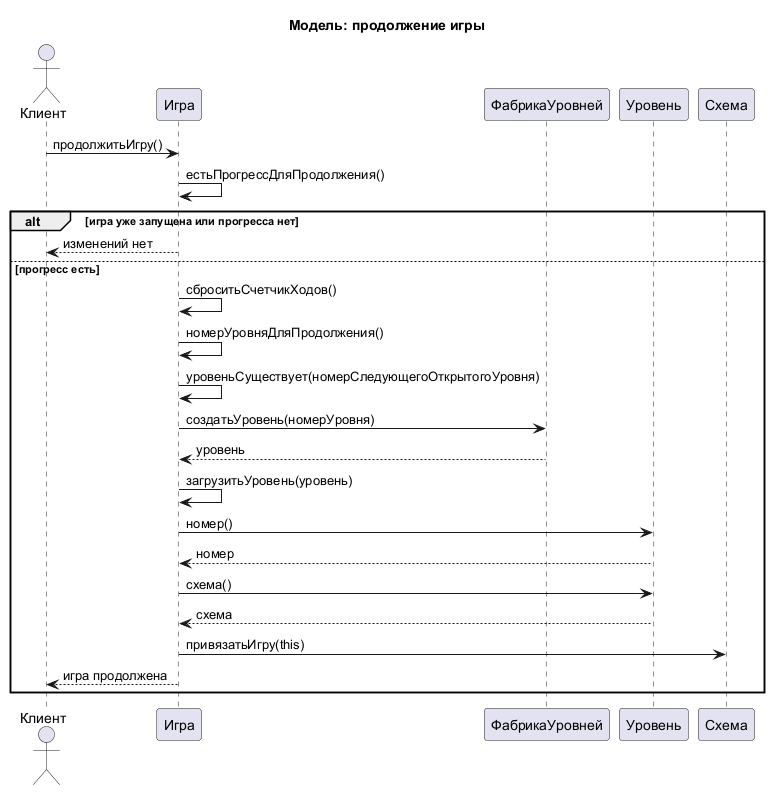
Above: diagrams/Model sequence diagrams/05 Continue game.png in dmitriyBreyfogel/Untangle (PlantUML), before the change. Its diagram source:
```plantuml
@startuml
title Модель: продолжение игры

actor Клиент
participant "Игра" as Игра
participant "ФабрикаУровней" as ФабрикаУровней
participant "Уровень" as Уровень
participant "Схема" as Схема

Клиент -> Игра : продолжитьИгру()
Игра -> Игра : естьПрогрессДляПродолжения()
alt игра уже запущена или прогресса нет
    Игра --> Клиент : изменений нет
else прогресс есть
    Игра -> Игра : сброситьСчетчикХодов()
    Игра -> Игра : номерУровняДляПродолжения()
    Игра -> Игра : уровеньСуществует(номерСледующегоОткрытогоУровня)
    Игра -> ФабрикаУровней : создатьУровень(номерУровня)
    ФабрикаУровней --> Игра : уровень
    Игра -> Игра : загрузитьУровень(уровень)
    Игра -> Уровень : номер()
    Уровень --> Игра : номер
    Игра -> Уровень : схема()
    Уровень --> Игра : схема
    Игра -> Схема : привязатьИгру(this)
    Игра --> Клиент : игра продолжена
end

@enduml
```
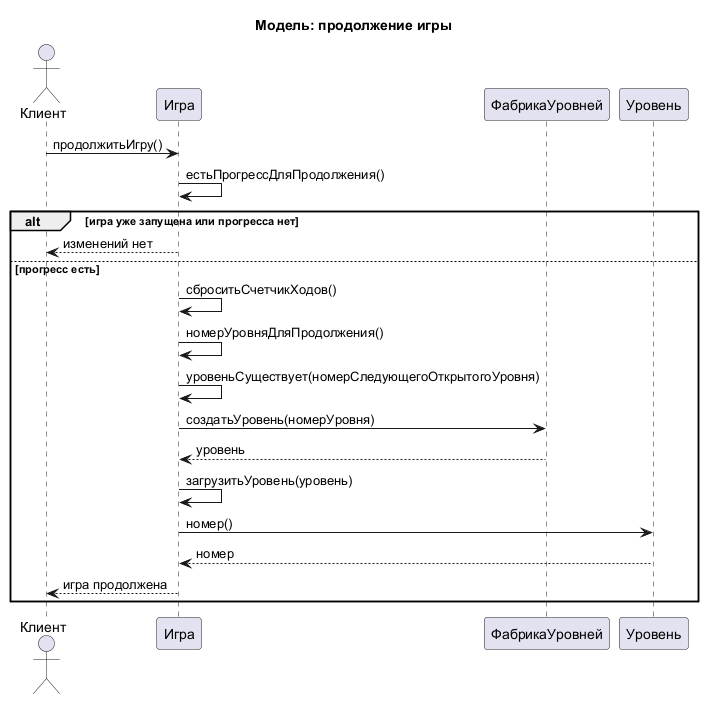
After the change.

The edit, as a diff of the source:
```diff
@@ -5,7 +5,6 @@
 participant "Игра" as Игра
 participant "ФабрикаУровней" as ФабрикаУровней
 participant "Уровень" as Уровень
-participant "Схема" as Схема
 
 Клиент -> Игра : продолжитьИгру()
 Игра -> Игра : естьПрогрессДляПродолжения()
@@ -20,9 +19,6 @@
     Игра -> Игра : загрузитьУровень(уровень)
     Игра -> Уровень : номер()
     Уровень --> Игра : номер
-    Игра -> Уровень : схема()
-    Уровень --> Игра : схема
-    Игра -> Схема : привязатьИгру(this)
     Игра --> Клиент : игра продолжена
 end
 
```
